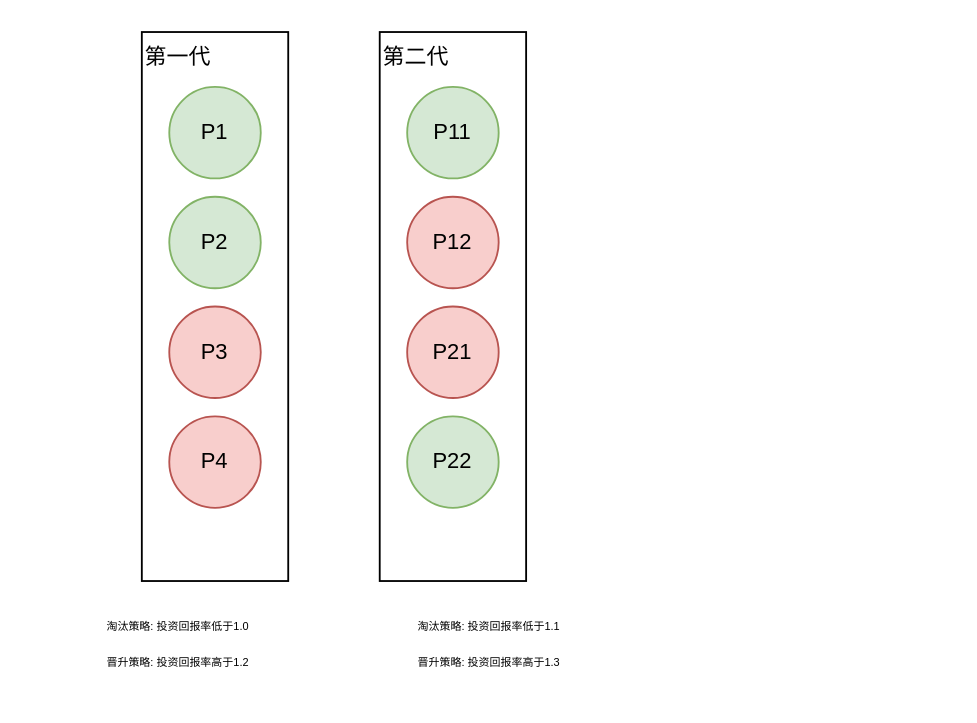
Before: 未命名绘图.drawio in catface996/images, a draw.io diagram. Source tidied: cells renumbered, new cells numbered last; positions are measured from the earlier drawing's top-left corner, leaving out a move shared by most shapes. Both pictures are drawn from the tidied source at 183%, with x=0, y=0 at pixel (31, 31).
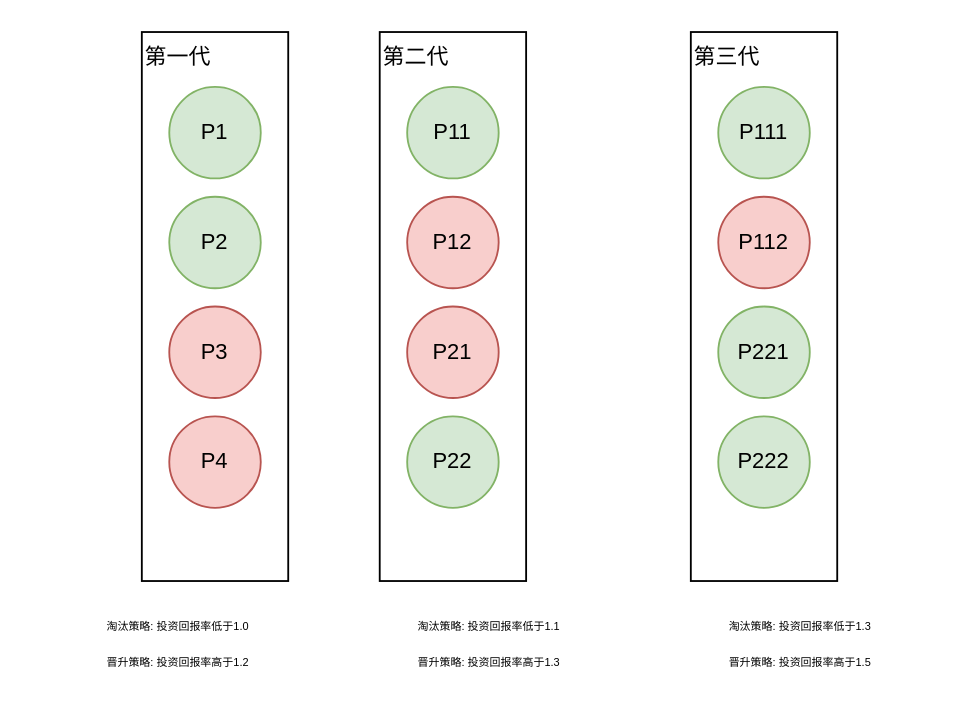
The same diagram, later.

Commit message:
千川计划池.drawio

What changed in the source:
```diff
@@
+    <mxCell id="16" value="第三代" style="rounded=0;whiteSpace=wrap;html=1;align=left;verticalAlign=top;" parent="1" vertex="1">
+      <mxGeometry x="360" width="80" height="300" as="geometry" />
+    </mxCell>
+    <mxCell id="17" value="P111" style="ellipse;whiteSpace=wrap;html=1;fillColor=#d5e8d4;strokeColor=#82b366;" parent="1" vertex="1">
+      <mxGeometry x="375" y="30" width="50" height="50" as="geometry" />
+    </mxCell>
+    <mxCell id="18" value="P221" style="ellipse;whiteSpace=wrap;html=1;fillColor=#d5e8d4;strokeColor=#82b366;" parent="1" vertex="1">
+      <mxGeometry x="375" y="150" width="50" height="50" as="geometry" />
+    </mxCell>
+    <mxCell id="19" value="P222" style="ellipse;whiteSpace=wrap;html=1;fillColor=#d5e8d4;strokeColor=#82b366;" parent="1" vertex="1">
+      <mxGeometry x="375" y="210" width="50" height="50" as="geometry" />
+    </mxCell>
+    <mxCell id="20" value="&lt;font style=&quot;font-size: 6px&quot;&gt;淘汰策略: 投资回报率低于1.3&lt;/font&gt;" style="text;html=1;strokeColor=none;fillColor=none;align=center;verticalAlign=middle;whiteSpace=wrap;rounded=0;fontSize=6;" parent="1" vertex="1">
+      <mxGeometry x="340" y="310" width="160" height="30" as="geometry" />
+    </mxCell>
+    <mxCell id="21" value="&lt;font style=&quot;font-size: 6px&quot;&gt;晋升策略: 投资回报率高于1.5&lt;/font&gt;" style="text;html=1;strokeColor=none;fillColor=none;align=center;verticalAlign=middle;whiteSpace=wrap;rounded=0;fontSize=6;" parent="1" vertex="1">
+      <mxGeometry x="340" y="330" width="160" height="30" as="geometry" />
+    </mxCell>
+    <mxCell id="22" value="P112" style="ellipse;whiteSpace=wrap;html=1;fillColor=#f8cecc;strokeColor=#b85450;" parent="1" vertex="1">
+      <mxGeometry x="375" y="90" width="50" height="50" as="geometry" />
+    </mxCell>
```
